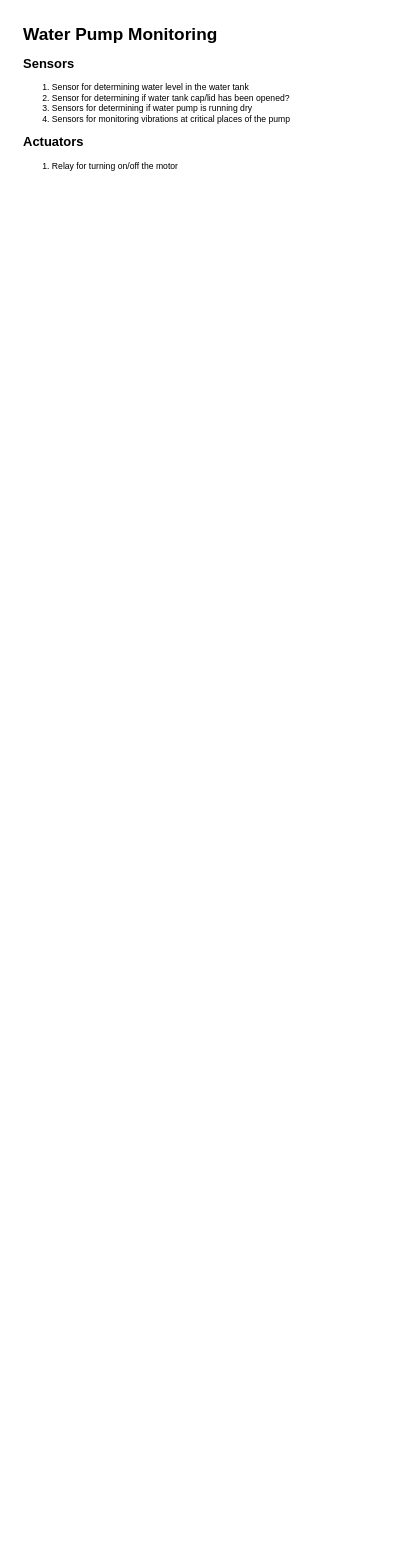
Earlier version of the draw.io diagram notes/WaterPumpMaintenance.drawio (aniruddhand/ciot-capstone). Source tidied: cells renumbered, new cells numbered last; positions are measured from the earlier drawing's top-left corner, leaving out a move shared by most shapes. Both pictures are drawn from the tidied source at 72%, with x=0, y=0 at pixel (19, 19).
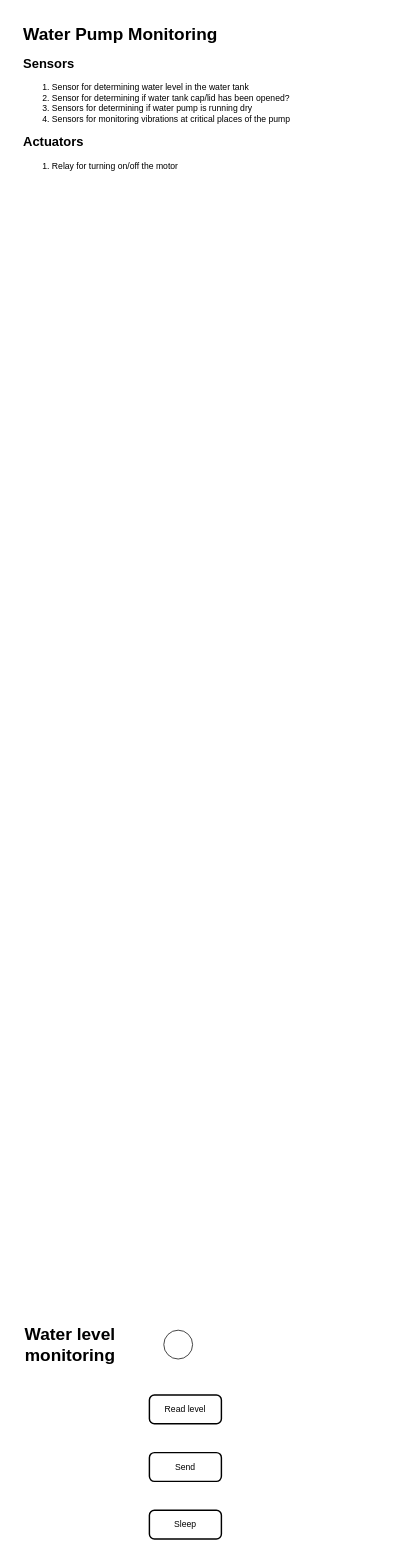
The same diagram, later.

What changed in the source:
```diff
@@
 <mxGraphModel>
   <root>
     <mxCell id="0" />
     <mxCell id="1" parent="0" />
     <mxCell id="2" value="&lt;h1&gt;Water Pump Monitoring&lt;/h1&gt;&lt;div&gt;&lt;h2&gt;Sensors&lt;br&gt;&lt;/h2&gt;&lt;div&gt;&lt;ol&gt;&lt;li&gt;Sensor for determining water level in the water tank&lt;/li&gt;&lt;li&gt;Sensor for determining if water tank cap/lid has been opened?&lt;/li&gt;&lt;li&gt;Sensors for determining if water pump is running dry&lt;/li&gt;&lt;li&gt;Sensors for monitoring vibrations at critical places of the pump&lt;/li&gt;&lt;/ol&gt;&lt;div&gt;&lt;h2&gt;Actuators&lt;br&gt;&lt;/h2&gt;&lt;div&gt;&lt;ol&gt;&lt;li&gt;Relay for turning on/off the motor&lt;/li&gt;&lt;/ol&gt;&lt;/div&gt;&lt;/div&gt;&lt;/div&gt;&lt;/div&gt;" style="text;html=1;spacing=5;spacingTop=-20;whiteSpace=wrap;overflow=hidden;rounded=0;" parent="1" vertex="1">
-      <mxGeometry width="530" height="360" as="geometry" />
+      <mxGeometry width="530" height="230" as="geometry" />
     </mxCell>
+    <mxCell id="3" style="verticalLabelPosition=bottom;verticalAlign=top;html=1;shape=mxgraph.flowchart.on-page_reference;" parent="1" vertex="1">
+      <mxGeometry x="200" y="1820" width="40" height="40" as="geometry" />
+    </mxCell>
+    <mxCell id="4" value="&lt;h1&gt;Water level monitoring&lt;/h1&gt;" style="text;html=1;strokeColor=none;fillColor=none;align=center;verticalAlign=middle;whiteSpace=wrap;rounded=0;" parent="1" vertex="1">
+      <mxGeometry x="-10" y="1825" width="160" height="30" as="geometry" />
+    </mxCell>
+    <mxCell id="5" value="Read level" style="rounded=1;whiteSpace=wrap;html=1;absoluteArcSize=1;arcSize=14;strokeWidth=2;" parent="1" vertex="1">
+      <mxGeometry x="180" y="1910" width="100" height="40" as="geometry" />
+    </mxCell>
+    <mxCell id="6" value="Send" style="rounded=1;whiteSpace=wrap;html=1;absoluteArcSize=1;arcSize=14;strokeWidth=2;" parent="1" vertex="1">
+      <mxGeometry x="180" y="1990" width="100" height="40" as="geometry" />
+    </mxCell>
+    <mxCell id="7" value="Sleep" style="rounded=1;whiteSpace=wrap;html=1;absoluteArcSize=1;arcSize=14;strokeWidth=2;" parent="1" vertex="1">
+      <mxGeometry x="180" y="2070" width="100" height="40" as="geometry" />
+    </mxCell>
   </root>
 </mxGraphModel>
```
